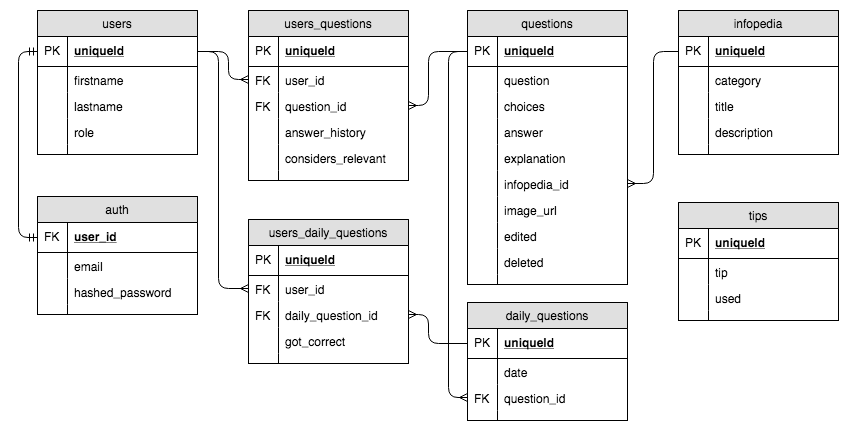
Earlier version of the draw.io export db/quoi-erd.png (KevinUSCU/quoi-server). Source tidied: cells renumbered, new cells last; positions are measured from the earlier drawing's top-left corner, leaving out a move shared by most shapes.
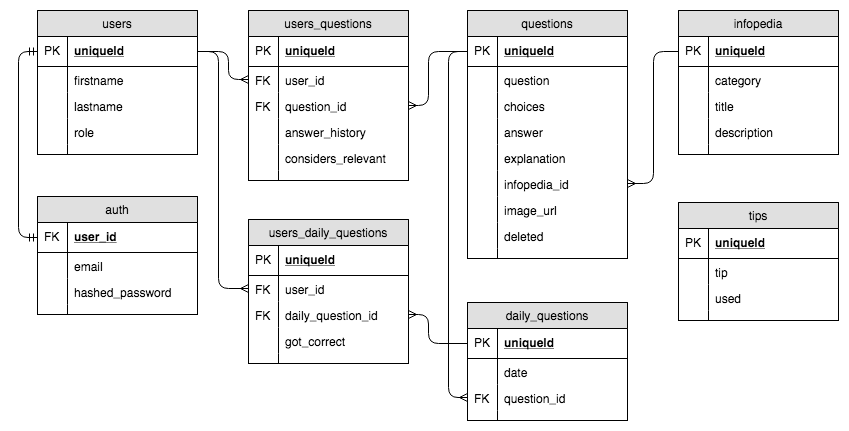
After the commit.

What changed in the source:
```diff
@@ -36,7 +36,7 @@
       <mxGeometry width="30" height="10" as="geometry" />
     </mxCell>
     <mxCell id="13" value="questions" style="swimlane;fontStyle=0;horizontal=1;startSize=26;fillColor=#e0e0e0;swimlaneFillColor=#ffffff;align=center;" parent="1" vertex="1">
-      <mxGeometry x="449" width="160" height="274" as="geometry" />
+      <mxGeometry x="449" width="160" height="248" as="geometry" />
     </mxCell>
     <mxCell id="14" value="uniqueId" style="shape=partialRectangle;top=0;left=0;right=0;bottom=1;align=left;verticalAlign=middle;fillColor=none;spacingLeft=34;spacingRight=4;overflow=hidden;points=[[0,0.5],[1,0.5]];portConstraint=eastwest;fontStyle=5;" parent="13" vertex="1">
       <mxGeometry y="26" width="160" height="30" as="geometry" />
@@ -80,20 +80,14 @@
     <mxCell id="27" style="shape=partialRectangle;top=0;left=0;bottom=0;fillColor=none;align=left;verticalAlign=top;spacingLeft=4;spacingRight=4;overflow=hidden;" parent="26" vertex="1">
       <mxGeometry width="30" height="26" as="geometry" />
     </mxCell>
-    <mxCell id="28" value="edited" style="shape=partialRectangle;top=0;left=0;right=0;bottom=0;align=left;verticalAlign=top;fillColor=none;spacingLeft=34;spacingRight=4;overflow=hidden;" parent="13" vertex="1">
-      <mxGeometry y="212" width="160" height="26" as="geometry" />
-    </mxCell>
-    <mxCell id="29" style="shape=partialRectangle;top=0;left=0;bottom=0;fillColor=none;align=left;verticalAlign=top;spacingLeft=4;spacingRight=4;overflow=hidden;" parent="28" vertex="1">
-      <mxGeometry width="30" height="26" as="geometry" />
-    </mxCell>
     <mxCell id="30" value="deleted" style="shape=partialRectangle;top=0;left=0;right=0;bottom=0;align=left;verticalAlign=top;fillColor=none;spacingLeft=34;spacingRight=4;overflow=hidden;" parent="13" vertex="1">
-      <mxGeometry y="238" width="160" height="26" as="geometry" />
+      <mxGeometry y="212" width="160" height="26" as="geometry" />
     </mxCell>
     <mxCell id="31" style="shape=partialRectangle;top=0;left=0;bottom=0;fillColor=none;align=left;verticalAlign=top;spacingLeft=4;spacingRight=4;overflow=hidden;" parent="30" vertex="1">
       <mxGeometry width="30" height="26" as="geometry" />
     </mxCell>
     <mxCell id="32" style="shape=partialRectangle;top=0;left=0;right=0;bottom=0;align=left;verticalAlign=top;fillColor=none;spacingLeft=34;spacingRight=4;overflow=hidden;" parent="13" vertex="1">
-      <mxGeometry y="264" width="160" height="10" as="geometry" />
+      <mxGeometry y="238" width="160" height="10" as="geometry" />
     </mxCell>
     <mxCell id="33" style="shape=partialRectangle;top=0;left=0;bottom=0;fillColor=none;align=left;verticalAlign=top;spacingLeft=4;spacingRight=4;overflow=hidden;" parent="32" vertex="1">
       <mxGeometry width="30" height="10" as="geometry" />
```
